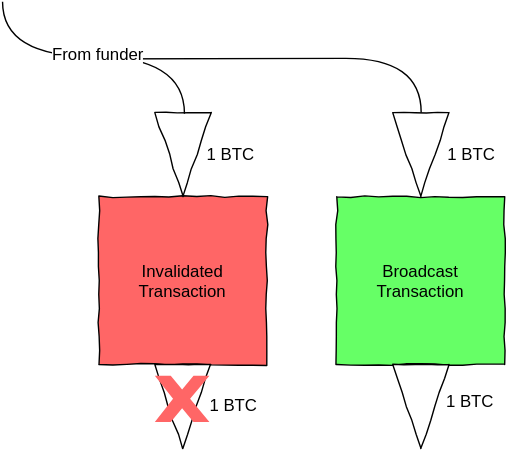
The draw.io diagram Transaction_Types4.svg in PayChan/bitcoin-payment-channels-taxonomy, before a commit. Source tidied: cells renumbered, new cells last; positions are measured from the earlier drawing's top-left corner, leaving out a move shared by most shapes.
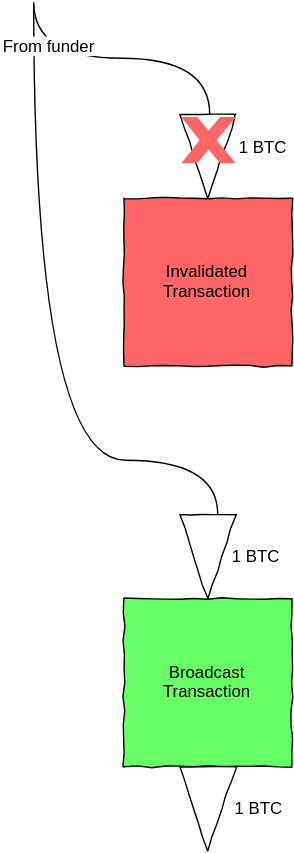
After the change.

What changed in the source:
```diff
@@ -2,67 +2,62 @@
   <root>
     <mxCell id="0" />
     <mxCell id="1" parent="0" />
-    <mxCell id="2" style="endArrow=none;html=1;edgeStyle=orthogonalEdgeStyle;endFill=0;curved=1;entryX=0;entryY=0.5;" parent="1" edge="1" target="13">
-      <mxGeometry x="658" y="2818" as="geometry">
-        <mxPoint x="44.5" y="40.7" as="sourcePoint" />
+    <mxCell id="2" style="endArrow=none;html=1;edgeStyle=orthogonalEdgeStyle;endFill=0;curved=1;entryX=0;entryY=0.5;" parent="1" edge="1">
+      <mxGeometry x="1061" y="1476" as="geometry">
+        <mxPoint x="571.6" y="-1627.6" as="sourcePoint" />
+        <mxPoint x="703" y="-1263.3" as="targetPoint" />
         <Array as="points">
-          <mxPoint x="190" y="40" />
-          <mxPoint x="299" y="40" />
+          <mxPoint x="571" y="-1302" />
+          <mxPoint x="703" y="-1302" />
         </Array>
       </mxGeometry>
     </mxCell>
     <mxCell id="3" value="Invalidated Transaction" style="whiteSpace=wrap;html=1;comic=1;plain-green;gradientColor=none;fillColor=#FF6666;strokeColor=#000000;" parent="1" vertex="1">
-      <mxGeometry x="70" y="139" width="120" height="120" as="geometry" />
+      <mxGeometry x="636" y="-1489" width="120" height="120" as="geometry" />
     </mxCell>
     <mxCell id="4" style="triangle;whiteSpace=wrap;html=1;comic=1;rotation=90;" parent="1" vertex="1">
-      <mxGeometry x="100" y="89" width="60" height="40" as="geometry" />
+      <mxGeometry x="666" y="-1539" width="60" height="40" as="geometry" />
     </mxCell>
-    <mxCell id="5" style="triangle;whiteSpace=wrap;html=1;comic=1;rotation=90;" parent="1" vertex="1">
-      <mxGeometry x="100" y="269" width="60" height="40" as="geometry" />
+    <mxCell id="5" style="endArrow=none;html=1;edgeStyle=orthogonalEdgeStyle;entryX=0;entryY=0.5;endFill=0;curved=1;" parent="1" edge="1">
+      <mxGeometry x="1019" y="1221" as="geometry">
+        <mxPoint x="571.6" y="-1629" as="sourcePoint" />
+        <mxPoint x="697.3" y="-1549" as="targetPoint" />
+        <Array as="points">
+          <mxPoint x="571" y="-1589" />
+          <mxPoint x="697" y="-1589" />
+        </Array>
+      </mxGeometry>
     </mxCell>
-    <mxCell id="6" style="endArrow=none;html=1;edgeStyle=orthogonalEdgeStyle;entryX=0;entryY=0.5;endFill=0;curved=1;exitX=1;exitY=0.5;" parent="1" edge="1">
-      <mxGeometry x="453" y="2849" as="geometry">
-        <mxPoint x="1.2" y="-0.2" as="sourcePoint" />
-        <mxPoint x="131.2" y="79.8" as="targetPoint" />
-        <Array as="points">
-          <mxPoint y="39" />
-          <mxPoint x="130" y="39" />
-        </Array>
+    <mxCell id="6" value="From funder" style="text;html=1;align=center;verticalAlign=middle;labelBackgroundColor=#ffffff;" parent="5" vertex="1">
+      <mxGeometry relative="1" as="geometry">
+        <mxPoint x="-53" y="-10" as="offset" />
       </mxGeometry>
     </mxCell>
-    <mxCell id="7" value="From funder" style="text;html=1;align=center;verticalAlign=middle;labelBackgroundColor=#ffffff;" parent="6" vertex="1">
-      <mxGeometry relative="1" as="geometry">
-        <mxPoint x="2" y="-2" as="offset" />
+    <mxCell id="7" value="From funder" style="text;html=1;align=center;verticalAlign=middle;labelBackgroundColor=#ffffff;" parent="1" vertex="1">
+      <mxGeometry x="581.4" y="-1599" as="geometry">
+        <mxPoint x="-53" y="-10" as="offset" />
       </mxGeometry>
     </mxCell>
-    <mxCell id="8" value="From funder" style="text;html=1;align=center;verticalAlign=middle;labelBackgroundColor=#ffffff;" parent="1" vertex="1">
-      <mxGeometry x="69" y="37" as="geometry">
-        <mxPoint x="2" y="-2" as="offset" />
-      </mxGeometry>
+    <mxCell id="8" value="1 BTC" style="text;html=1;strokeColor=none;fillColor=none;align=center;verticalAlign=middle;whiteSpace=wrap;overflow=hidden;comic=1;" parent="1" vertex="1">
+      <mxGeometry x="714" y="-1546" width="42" height="39" as="geometry" />
     </mxCell>
-    <mxCell id="9" value="1 BTC" style="text;html=1;strokeColor=none;fillColor=none;align=center;verticalAlign=middle;whiteSpace=wrap;overflow=hidden;comic=1;" parent="1" vertex="1">
-      <mxGeometry x="143" y="88" width="42" height="39" as="geometry" />
+    <mxCell id="9" value="Broadcast Transaction" style="whiteSpace=wrap;html=1;comic=1;plain-green;gradientColor=none;fillColor=#66ff66;strokeColor=#000000;" parent="1" vertex="1">
+      <mxGeometry x="636" y="-1203" width="120" height="120" as="geometry" />
     </mxCell>
-    <mxCell id="10" value="1 BTC" style="text;html=1;strokeColor=none;fillColor=none;align=center;verticalAlign=middle;whiteSpace=wrap;overflow=hidden;comic=1;" parent="1" vertex="1">
-      <mxGeometry x="142" y="268" width="48" height="39" as="geometry" />
+    <mxCell id="10" style="triangle;whiteSpace=wrap;html=1;comic=1;rotation=90;" parent="1" vertex="1">
+      <mxGeometry x="666" y="-1253" width="60" height="40" as="geometry" />
     </mxCell>
-    <mxCell id="11" style="verticalLabelPosition=bottom;verticalAlign=top;html=1;strokeWidth=2;shape=mxgraph.basic.x;fillColor=#FF6666;strokeColor=none;" parent="1" vertex="1">
-      <mxGeometry x="110" y="267" width="39" height="33" as="geometry" />
+    <mxCell id="11" style="triangle;whiteSpace=wrap;html=1;comic=1;rotation=90;" parent="1" vertex="1">
+      <mxGeometry x="666" y="-1073" width="60" height="40" as="geometry" />
     </mxCell>
-    <mxCell id="12" value="Broadcast Transaction" style="whiteSpace=wrap;html=1;comic=1;fillColor=#66FF66;" parent="1" vertex="1">
-      <mxGeometry x="240" y="139" width="120" height="120" as="geometry" />
+    <mxCell id="12" value="1 BTC" style="text;html=1;strokeColor=none;fillColor=none;align=center;verticalAlign=middle;whiteSpace=wrap;overflow=hidden;comic=1;" parent="1" vertex="1">
+      <mxGeometry x="709" y="-1254" width="42" height="39" as="geometry" />
     </mxCell>
-    <mxCell id="13" style="triangle;whiteSpace=wrap;html=1;comic=1;rotation=90;" parent="1" vertex="1">
-      <mxGeometry x="270" y="89" width="60" height="40" as="geometry" />
+    <mxCell id="13" value="1 BTC" style="text;html=1;strokeColor=none;fillColor=none;align=center;verticalAlign=middle;whiteSpace=wrap;overflow=hidden;comic=1;" parent="1" vertex="1">
+      <mxGeometry x="708" y="-1074" width="48" height="39" as="geometry" />
     </mxCell>
-    <mxCell id="14" value="1 BTC" style="text;html=1;strokeColor=none;fillColor=none;align=center;verticalAlign=middle;whiteSpace=wrap;overflow=hidden;comic=1;" parent="1" vertex="1">
-      <mxGeometry x="315" y="88" width="42" height="39" as="geometry" />
+    <mxCell id="14" style="verticalLabelPosition=bottom;verticalAlign=top;html=1;strokeWidth=2;shape=mxgraph.basic.x;fillColor=#FF6666;strokeColor=none;" parent="1" vertex="1">
+      <mxGeometry x="677" y="-1547" width="39" height="33" as="geometry" />
     </mxCell>
-    <mxCell id="15" style="triangle;whiteSpace=wrap;html=1;comic=1;rotation=90;" parent="1" vertex="1">
-      <mxGeometry x="270" y="269" width="60" height="40" as="geometry" />
-    </mxCell>
-    <mxCell id="16" value="1 BTC" style="text;html=1;strokeColor=none;fillColor=none;align=center;verticalAlign=middle;whiteSpace=wrap;overflow=hidden;comic=1;" parent="1" vertex="1">
-      <mxGeometry x="311" y="266" width="48" height="39" as="geometry" />
-    </mxCell>
   </root>
 </mxGraphModel>
```
